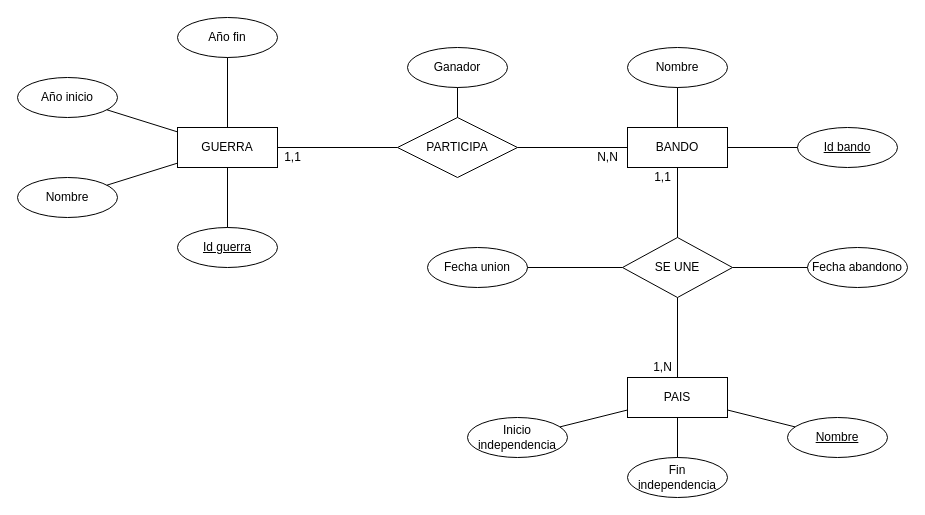
GaRaul/JavaBootcampSession11 keeps this draw.io diagram as TA12_UD12_4.drawio. Above is the earlier version. Source tidied: cells renumbered, new cells numbered last; positions are measured from the earlier drawing's top-left corner, leaving out a move shared by most shapes. Both pictures are drawn from the tidied source at 100%, with x=0, y=0 at pixel (17, 17).
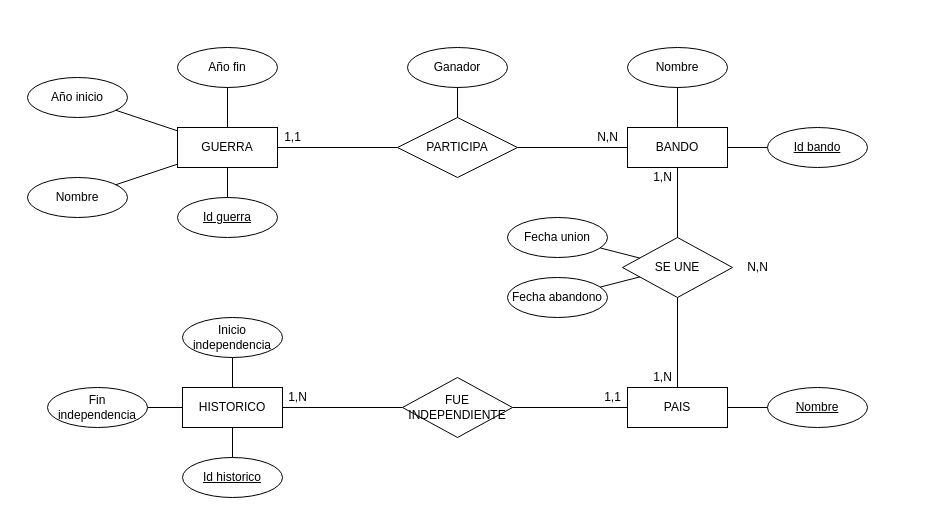
Above is the later version.

Commit message (it also covers changes not shown here):
MODIFICACION EJERCICIOS 4 Y 18 UD12

What changed in the source:
```diff
@@
     <mxCell id="5" value="Año inicio" style="ellipse;whiteSpace=wrap;html=1;align=center;" parent="1" vertex="1">
-      <mxGeometry y="60" width="100" height="40" as="geometry" />
+      <mxGeometry x="10" y="60" width="100" height="40" as="geometry" />
     </mxCell>
     <mxCell id="6" value="Año fin" style="ellipse;whiteSpace=wrap;html=1;align=center;" parent="1" vertex="1">
-      <mxGeometry x="160" width="100" height="40" as="geometry" />
+      <mxGeometry x="160" y="30" width="100" height="40" as="geometry" />
     </mxCell>
     <mxCell id="7" value="Nombre" style="ellipse;whiteSpace=wrap;html=1;align=center;" parent="1" vertex="1">
-      <mxGeometry y="160" width="100" height="40" as="geometry" />
+      <mxGeometry x="10" y="160" width="100" height="40" as="geometry" />
     </mxCell>
@@
     <mxCell id="14" value="PAIS" style="whiteSpace=wrap;html=1;align=center;" parent="1" vertex="1">
-      <mxGeometry x="610" y="360" width="100" height="40" as="geometry" />
+      <mxGeometry x="610" y="370" width="100" height="40" as="geometry" />
     </mxCell>
@@
     <mxCell id="18" value="&lt;u&gt;Nombre&lt;/u&gt;" style="ellipse;whiteSpace=wrap;html=1;align=center;" parent="1" vertex="1">
-      <mxGeometry x="770" y="400" width="100" height="40" as="geometry" />
+      <mxGeometry x="750" y="370" width="100" height="40" as="geometry" />
     </mxCell>
@@
-    <mxCell id="21" value="Inicio independencia" style="ellipse;whiteSpace=wrap;html=1;align=center;" parent="1" vertex="1">
-      <mxGeometry x="450" y="400" width="100" height="40" as="geometry" />
-    </mxCell>
-    <mxCell id="22" value="Fin independencia" style="ellipse;whiteSpace=wrap;html=1;align=center;" parent="1" vertex="1">
-      <mxGeometry x="610" y="440" width="100" height="40" as="geometry" />
-    </mxCell>
-    <mxCell id="23" style="endArrow=none;html=1;rounded=0;" parent="1" edge="1" source="14" target="22">
-      <mxGeometry relative="1" as="geometry" />
-    </mxCell>
-    <mxCell id="24" style="endArrow=none;html=1;rounded=0;" parent="1" edge="1" source="14" target="21">
-      <mxGeometry relative="1" as="geometry" />
-    </mxCell>
     <mxCell id="25" value="N,N" style="text;html=1;align=center;verticalAlign=middle;strokeColor=none;fillColor=none;" parent="1" vertex="1">
-      <mxGeometry x="570" y="130" width="40" height="20" as="geometry" />
+      <mxGeometry x="570" y="110" width="40" height="20" as="geometry" />
     </mxCell>
     <mxCell id="26" value="1,1" style="text;html=1;align=center;verticalAlign=middle;strokeColor=none;fillColor=none;" parent="1" vertex="1">
-      <mxGeometry x="260" y="130" width="30" height="20" as="geometry" />
+      <mxGeometry x="260" y="110" width="30" height="20" as="geometry" />
     </mxCell>
-    <mxCell id="27" value="1,1" style="text;html=1;align=center;verticalAlign=middle;strokeColor=none;fillColor=none;" parent="1" vertex="1">
+    <mxCell id="27" value="1,N" style="text;html=1;align=center;verticalAlign=middle;strokeColor=none;fillColor=none;" parent="1" vertex="1">
       <mxGeometry x="630" y="150" width="30" height="20" as="geometry" />
     </mxCell>
     <mxCell id="28" value="1,N" style="text;html=1;align=center;verticalAlign=middle;strokeColor=none;fillColor=none;" parent="1" vertex="1">
-      <mxGeometry x="630" y="340" width="30" height="20" as="geometry" />
+      <mxGeometry x="630" y="350" width="30" height="20" as="geometry" />
     </mxCell>
     <mxCell id="29" value="Id guerra" style="ellipse;whiteSpace=wrap;html=1;align=center;fontStyle=4;" parent="1" vertex="1">
-      <mxGeometry x="160" y="210" width="100" height="40" as="geometry" />
+      <mxGeometry x="160" y="180" width="100" height="40" as="geometry" />
     </mxCell>
     <mxCell id="30" value="Id bando" style="ellipse;whiteSpace=wrap;html=1;align=center;fontStyle=4;" parent="1" vertex="1">
-      <mxGeometry x="780" y="110" width="100" height="40" as="geometry" />
+      <mxGeometry x="750" y="110" width="100" height="40" as="geometry" />
     </mxCell>
@@
     <mxCell id="33" value="Fecha abandono" style="ellipse;whiteSpace=wrap;html=1;align=center;" parent="1" vertex="1">
-      <mxGeometry x="790" y="230" width="100" height="40" as="geometry" />
+      <mxGeometry x="490" y="260" width="100" height="40" as="geometry" />
     </mxCell>
@@
     <mxCell id="35" value="Fecha union" style="ellipse;whiteSpace=wrap;html=1;align=center;" parent="1" vertex="1">
-      <mxGeometry x="410" y="230" width="100" height="40" as="geometry" />
+      <mxGeometry x="490" y="200" width="100" height="40" as="geometry" />
     </mxCell>
@@
+    <mxCell id="39" value="N,N" style="text;html=1;align=center;verticalAlign=middle;strokeColor=none;fillColor=none;" parent="1" vertex="1">
+      <mxGeometry x="720" y="240" width="40" height="20" as="geometry" />
+    </mxCell>
+    <mxCell id="40" value="HISTORICO" style="whiteSpace=wrap;html=1;align=center;" parent="1" vertex="1">
+      <mxGeometry x="165" y="370" width="100" height="40" as="geometry" />
+    </mxCell>
+    <mxCell id="41" value="FUE INDEPENDIENTE" style="shape=rhombus;perimeter=rhombusPerimeter;whiteSpace=wrap;html=1;align=center;" parent="1" vertex="1">
+      <mxGeometry x="385" y="360" width="110" height="60" as="geometry" />
+    </mxCell>
+    <mxCell id="42" value="Id historico" style="ellipse;whiteSpace=wrap;html=1;align=center;fontStyle=4;" parent="1" vertex="1">
+      <mxGeometry x="165" y="440" width="100" height="40" as="geometry" />
+    </mxCell>
+    <mxCell id="43" style="endArrow=none;html=1;rounded=0;" parent="1" edge="1" source="21" target="40">
+      <mxGeometry relative="1" as="geometry" />
+    </mxCell>
+    <mxCell id="44" style="endArrow=none;html=1;rounded=0;" parent="1" edge="1" source="22" target="40">
+      <mxGeometry relative="1" as="geometry" />
+    </mxCell>
+    <mxCell id="45" style="endArrow=none;html=1;rounded=0;" parent="1" edge="1" source="42" target="40">
+      <mxGeometry relative="1" as="geometry" />
+    </mxCell>
+    <mxCell id="46" style="endArrow=none;html=1;rounded=0;" parent="1" edge="1" source="40" target="41">
+      <mxGeometry relative="1" as="geometry" />
+    </mxCell>
+    <mxCell id="47" style="endArrow=none;html=1;rounded=0;" parent="1" edge="1" source="14" target="41">
+      <mxGeometry relative="1" as="geometry" />
+    </mxCell>
+    <mxCell id="22" value="Fin independencia" style="ellipse;whiteSpace=wrap;html=1;align=center;" parent="1" vertex="1">
+      <mxGeometry x="30" y="370" width="100" height="40" as="geometry" />
+    </mxCell>
+    <mxCell id="21" value="Inicio independencia" style="ellipse;whiteSpace=wrap;html=1;align=center;" parent="1" vertex="1">
+      <mxGeometry x="165" y="300" width="100" height="40" as="geometry" />
+    </mxCell>
+    <mxCell id="48" value="1,N" style="text;html=1;align=center;verticalAlign=middle;strokeColor=none;fillColor=none;" parent="1" vertex="1">
+      <mxGeometry x="265" y="370" width="30" height="20" as="geometry" />
+    </mxCell>
+    <mxCell id="49" value="1,1" style="text;html=1;align=center;verticalAlign=middle;strokeColor=none;fillColor=none;" parent="1" vertex="1">
+      <mxGeometry x="580" y="370" width="30" height="20" as="geometry" />
+    </mxCell>
```
